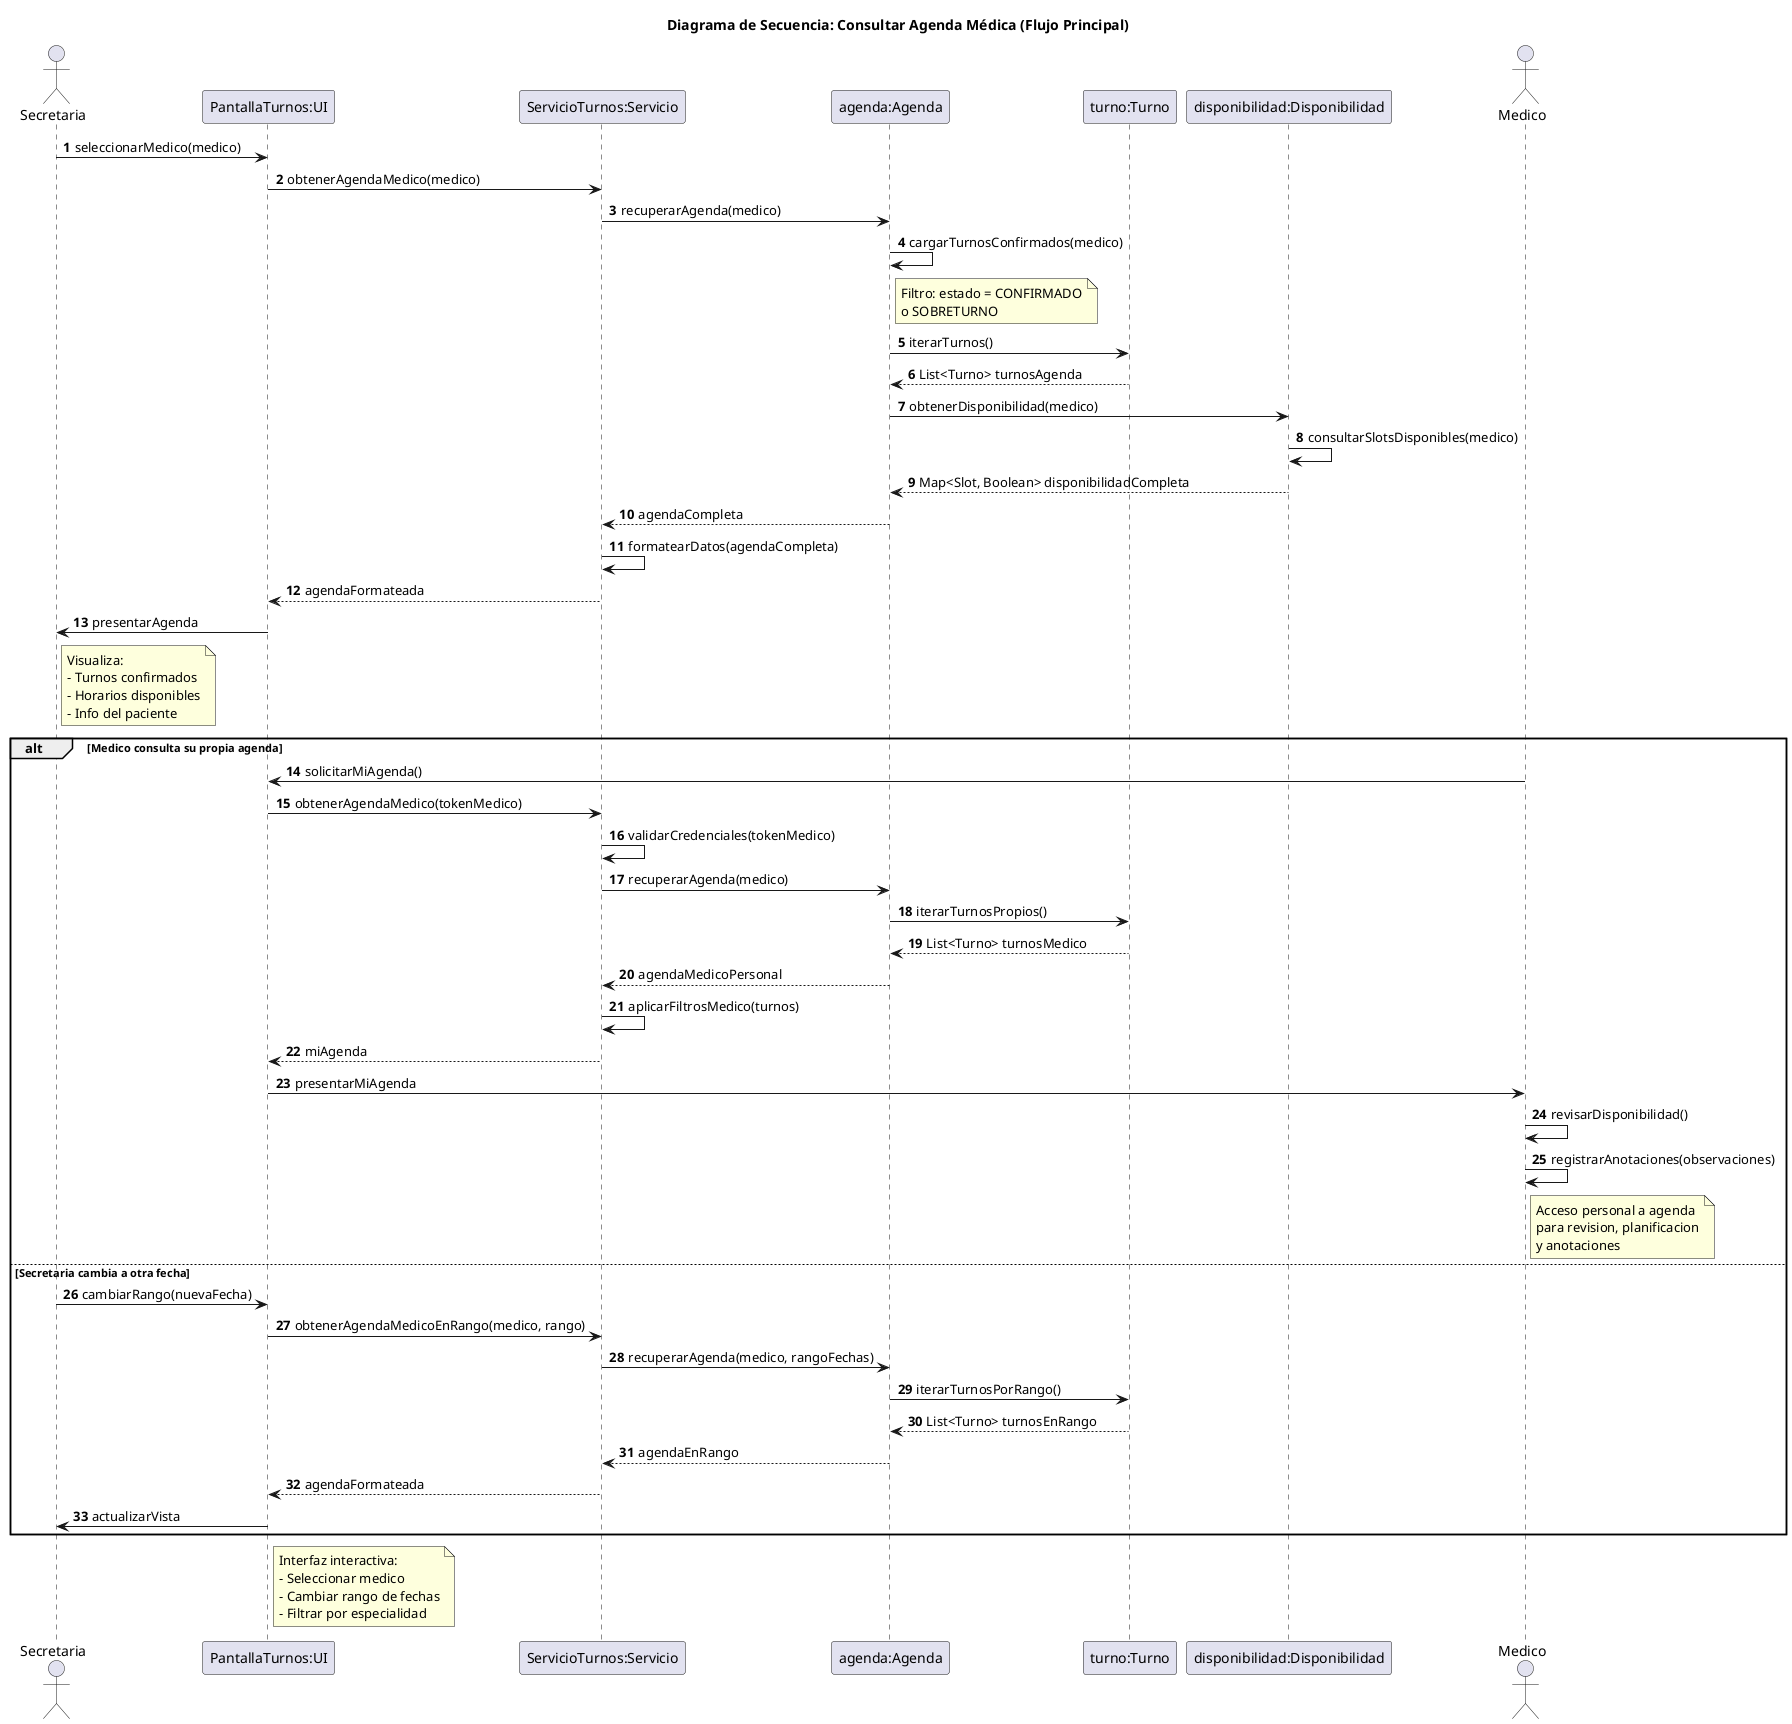
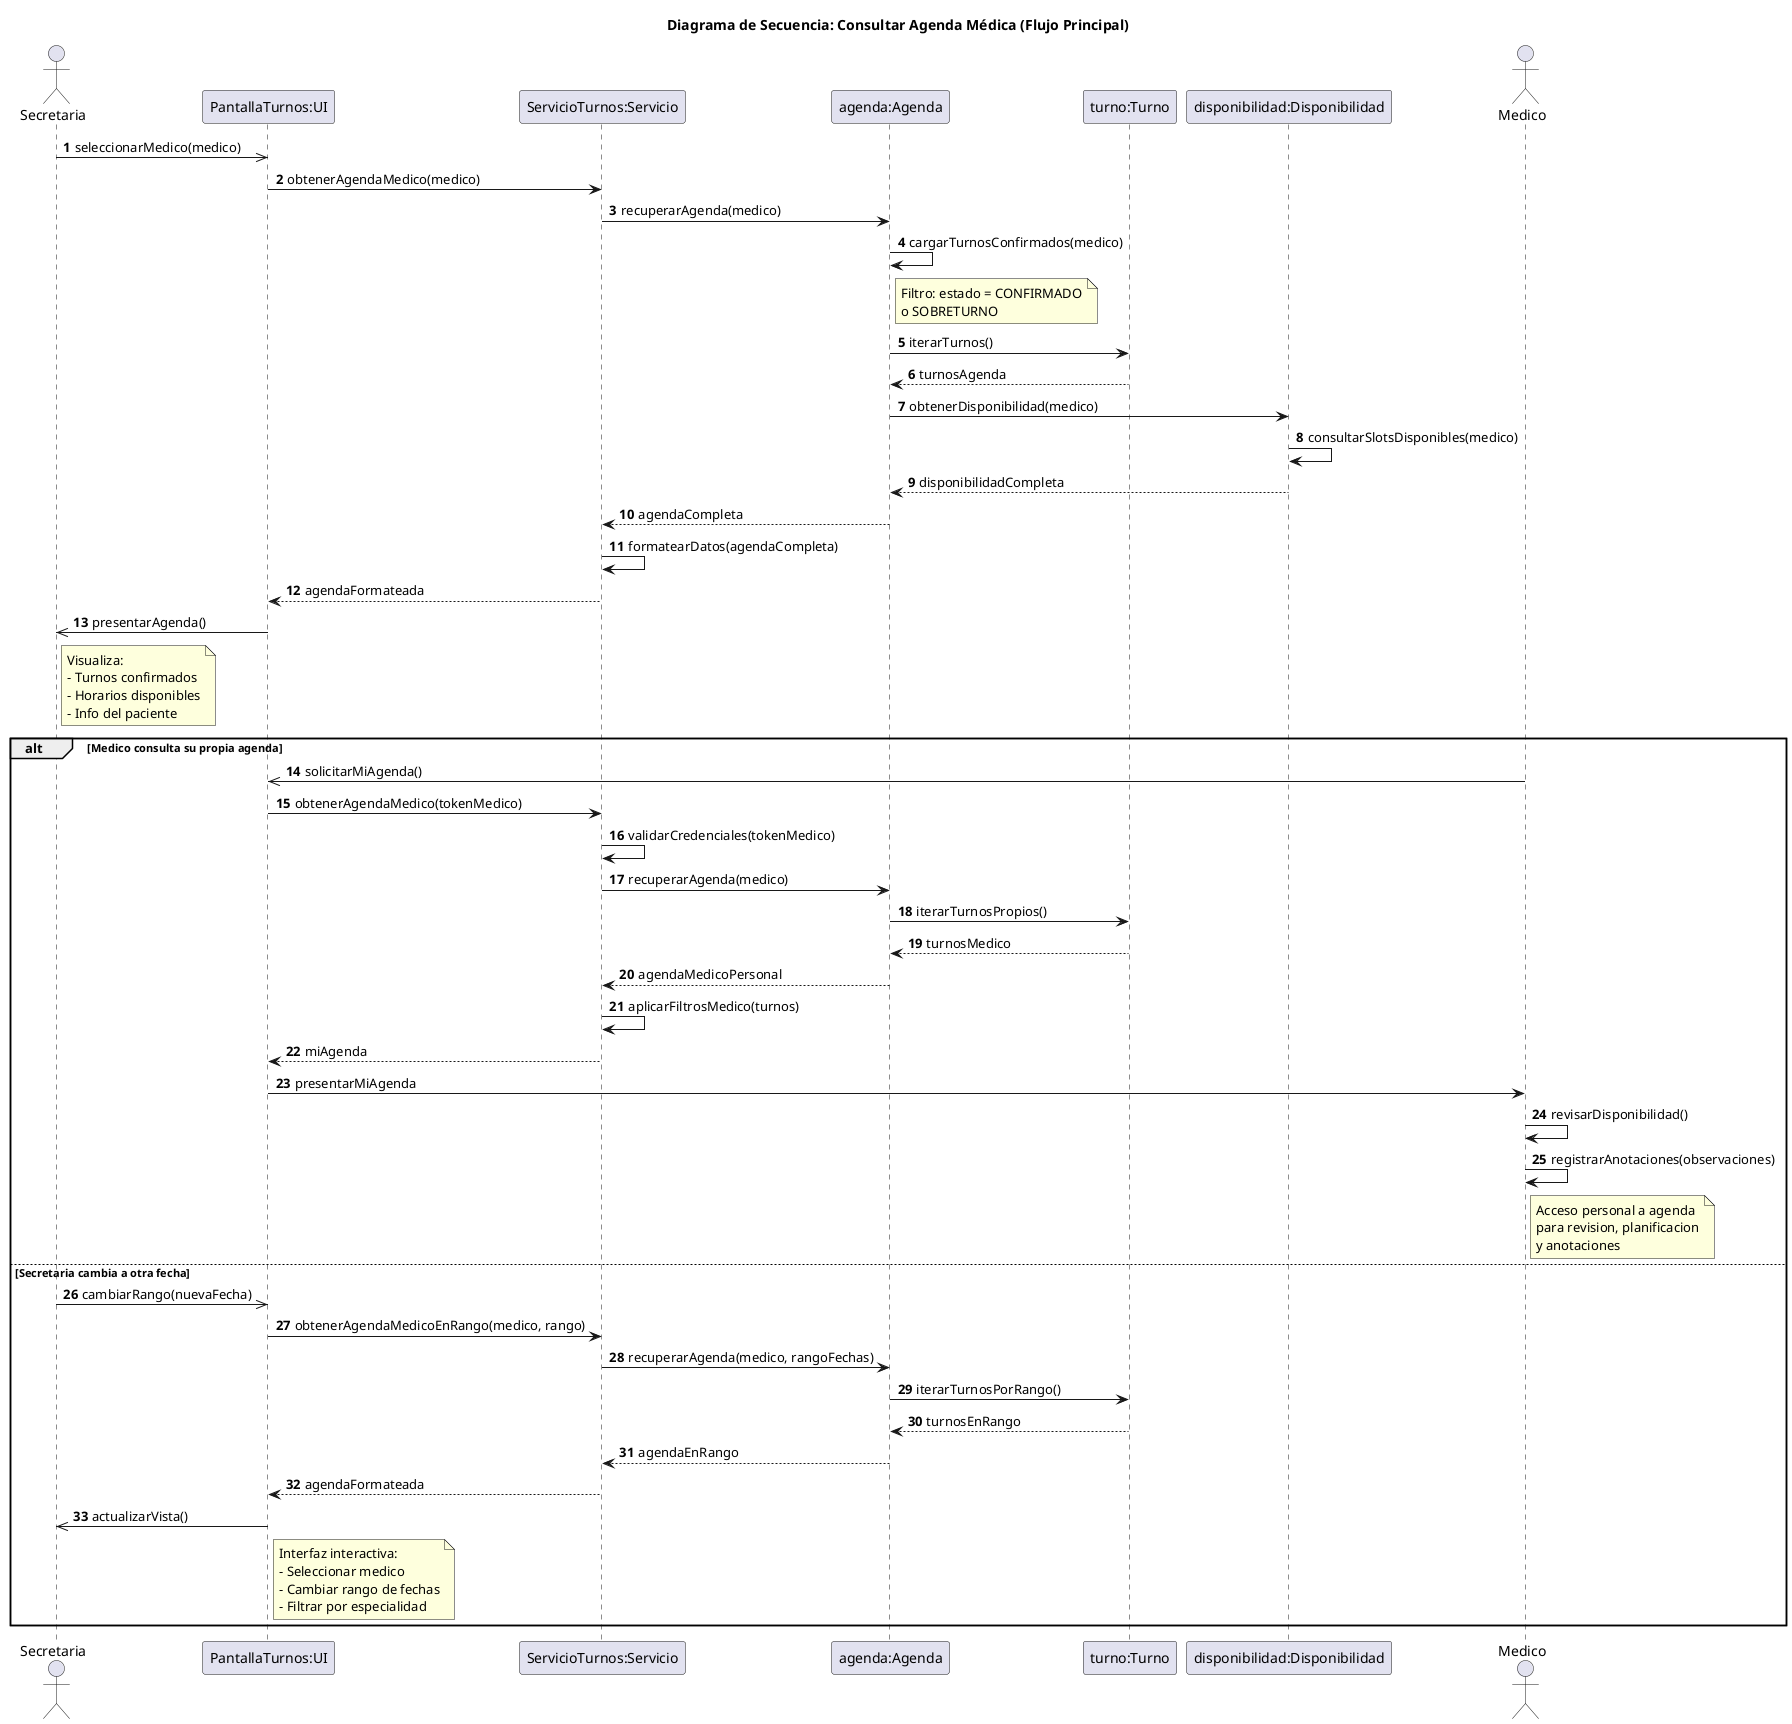
@startuml 05-secuencia-consultar-agenda-medica-flujo-principal-05
title Diagrama de Secuencia: Consultar Agenda Médica (Flujo Principal)

actor Secretaria
participant "PantallaTurnos:UI" as UI
participant "ServicioTurnos:Servicio" as Servicio
participant "agenda:Agenda" as Agenda
participant "turno:Turno" as Turno
participant "disponibilidad:Disponibilidad" as Disp
actor Medico

autonumber

- Secretaria -> UI: seleccionarMedico(medico)
+ Secretaria ->> UI: seleccionarMedico(medico)
UI -> Servicio: obtenerAgendaMedico(medico)
Servicio -> Agenda: recuperarAgenda(medico)
Agenda -> Agenda: cargarTurnosConfirmados(medico)
note right of Agenda
  Filtro: estado = CONFIRMADO
  o SOBRETURNO
end note
Agenda -> Turno: iterarTurnos()
- Turno --> Agenda: List<Turno> turnosAgenda
+ Turno --> Agenda: turnosAgenda
Agenda -> Disp: obtenerDisponibilidad(medico)
Disp -> Disp: consultarSlotsDisponibles(medico)
- Disp --> Agenda: Map<Slot, Boolean> disponibilidadCompleta
+ Disp --> Agenda: disponibilidadCompleta
Agenda --> Servicio: agendaCompleta
Servicio -> Servicio: formatearDatos(agendaCompleta)
Servicio --> UI: agendaFormateada
- UI -> Secretaria: presentarAgenda
+ UI ->> Secretaria: presentarAgenda()
note right of Secretaria
  Visualiza:
  - Turnos confirmados
  - Horarios disponibles
  - Info del paciente
end note

alt Medico consulta su propia agenda
-   Medico -> UI: solicitarMiAgenda()
+   Medico ->> UI: solicitarMiAgenda()
  UI -> Servicio: obtenerAgendaMedico(tokenMedico)
  Servicio -> Servicio: validarCredenciales(tokenMedico)
  Servicio -> Agenda: recuperarAgenda(medico)
  Agenda -> Turno: iterarTurnosPropios()
-   Turno --> Agenda: List<Turno> turnosMedico
+   Turno --> Agenda: turnosMedico
  Agenda --> Servicio: agendaMedicoPersonal
  Servicio -> Servicio: aplicarFiltrosMedico(turnos)
  Servicio --> UI: miAgenda
  UI -> Medico: presentarMiAgenda
  Medico -> Medico: revisarDisponibilidad()
  Medico -> Medico: registrarAnotaciones(observaciones)

  note right of Medico
    Acceso personal a agenda
    para revision, planificacion
    y anotaciones
  end note
else Secretaria cambia a otra fecha
-   Secretaria -> UI: cambiarRango(nuevaFecha)
+   Secretaria ->> UI: cambiarRango(nuevaFecha)
  UI -> Servicio: obtenerAgendaMedicoEnRango(medico, rango)
  Servicio -> Agenda: recuperarAgenda(medico, rangoFechas)
  Agenda -> Turno: iterarTurnosPorRango()
-   Turno --> Agenda: List<Turno> turnosEnRango
+   Turno --> Agenda: turnosEnRango
  Agenda --> Servicio: agendaEnRango
  Servicio --> UI: agendaFormateada
-   UI -> Secretaria: actualizarVista
- end
+ UI ->> Secretaria: actualizarVista()

note right of UI
  Interfaz interactiva:
  - Seleccionar medico
  - Cambiar rango de fechas
  - Filtrar por especialidad
end note
- 
+ end
@enduml
